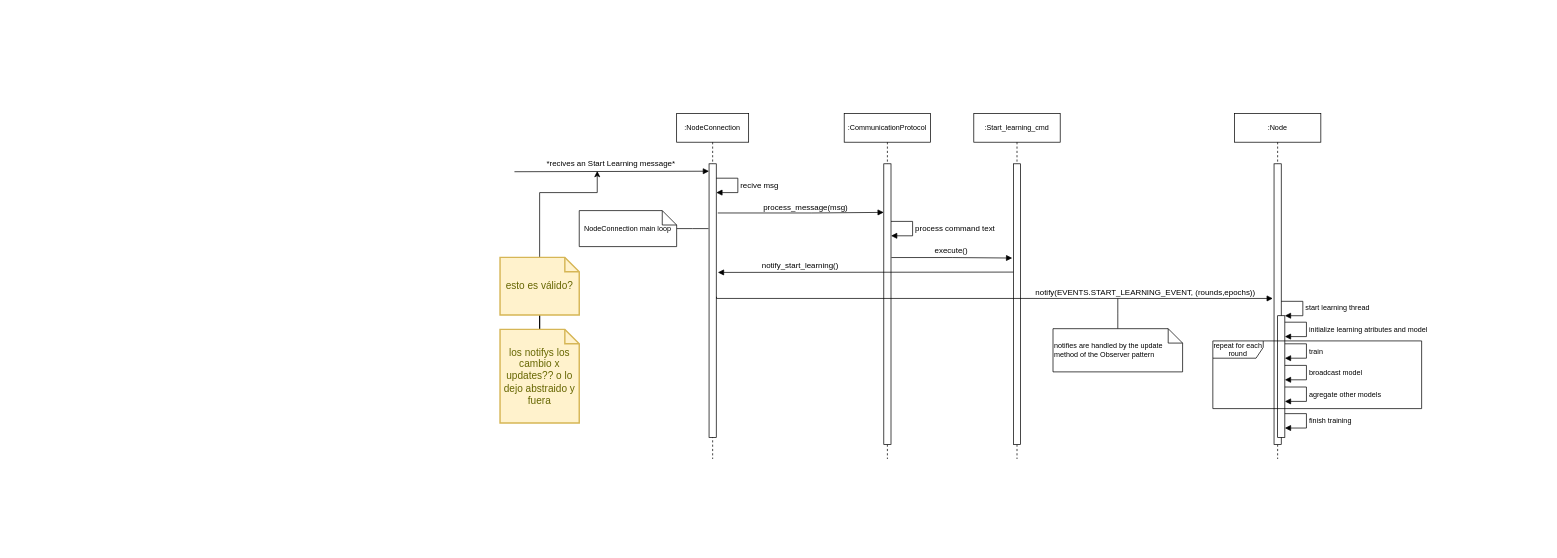
p2pfl/p2pfl keeps this draw.io diagram as Diagramas/start learning sec.drawio. Above is the earlier version. Source tidied: cells renumbered, new cells numbered last; positions are measured from the earlier drawing's top-left corner, leaving out a move shared by most shapes. Both pictures are drawn from the tidied source at 72%, with x=0, y=0 at pixel (500, 113).
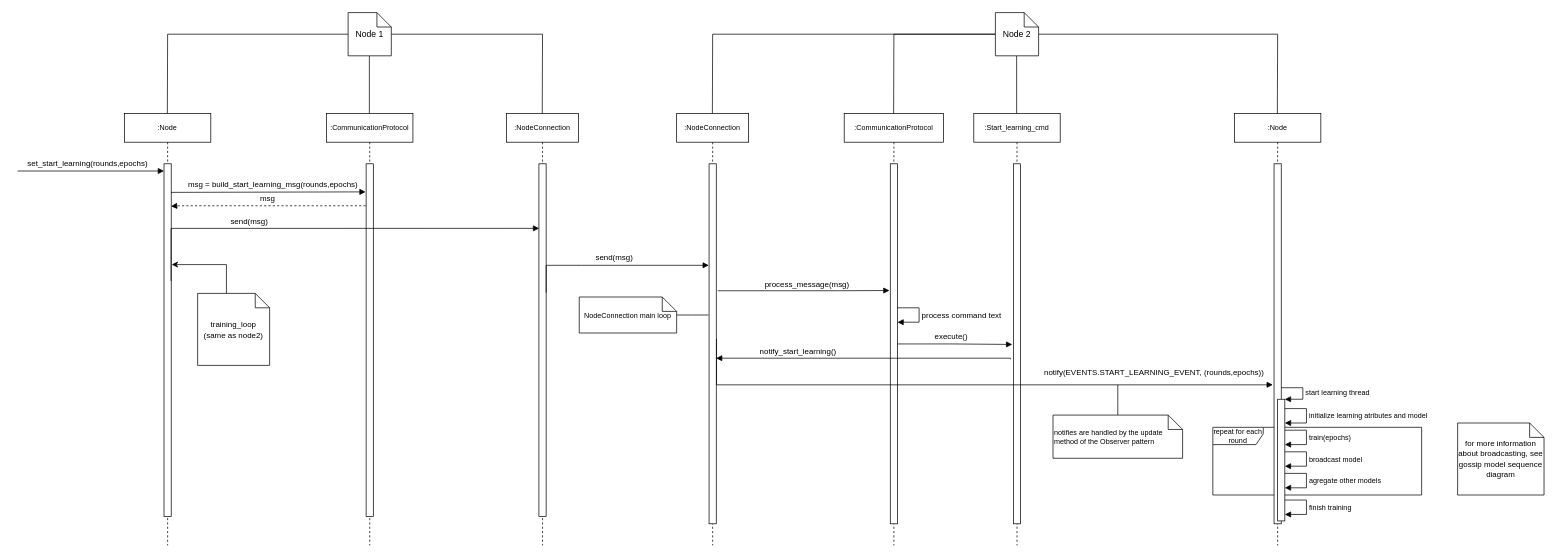
After the change.

What changed in the source:
```diff
@@
+    <mxCell id="12" style="edgeStyle=orthogonalEdgeStyle;rounded=0;jettySize=auto;html=1;entryX=-0.078;entryY=0.486;entryDx=0;entryDy=0;entryPerimeter=0;endArrow=none;endFill=0;" parent="1" edge="1" source="13">
+      <mxGeometry relative="1" as="geometry">
+        <mxPoint x="289.5" y="280" as="targetPoint" />
+      </mxGeometry>
+    </mxCell>
+    <mxCell id="13" value="&lt;font style=&quot;font-size: 10px;&quot;&gt;NodeConnection main loop&lt;/font&gt;" style="shape=note;size=20;whiteSpace=wrap;html=1;" parent="1" vertex="1">
+      <mxGeometry x="110" y="255" width="135.3" height="50" as="geometry" />
+    </mxCell>
+    <mxCell id="14" value="process_message(msg)" style="edgeStyle=orthogonalEdgeStyle;html=1;align=left;spacingLeft=2;endArrow=block;rounded=0;exitX=1.209;exitY=0.173;exitDx=0;exitDy=0;exitPerimeter=0;entryX=-0.108;entryY=0.376;entryDx=0;entryDy=0;entryPerimeter=0;" parent="1" edge="1">
+      <mxGeometry x="-0.48" y="8" relative="1" as="geometry">
+        <mxPoint x="302.4" y="246.3" as="sourcePoint" />
+        <mxPoint x="540.9" y="246" as="targetPoint" />
+        <Array as="points">
+          <mxPoint x="470" y="246" />
+        </Array>
+      </mxGeometry>
+    </mxCell>
+    <mxCell id="18" value="execute()" style="edgeStyle=orthogonalEdgeStyle;html=1;align=left;spacingLeft=2;endArrow=block;rounded=0;exitX=1.161;exitY=0.306;exitDx=0;exitDy=0;exitPerimeter=0;entryX=-0.063;entryY=0.308;entryDx=0;entryDy=0;entryPerimeter=0;" parent="1" edge="1">
+      <mxGeometry x="-0.33" y="10" relative="1" as="geometry">
+        <mxPoint x="543.6" y="320.2" as="sourcePoint" />
+        <mxPoint x="711.4" y="320.9" as="targetPoint" />
+        <Array as="points">
+          <mxPoint x="628" y="320" />
+          <mxPoint x="711" y="321" />
+        </Array>
+      </mxGeometry>
+    </mxCell>
+    <mxCell id="30" style="edgeStyle=orthogonalEdgeStyle;rounded=0;jettySize=auto;html=1;fontSize=10;endArrow=none;endFill=0;" parent="1" edge="1" source="31">
+      <mxGeometry relative="1" as="geometry">
+        <mxPoint x="858" y="377" as="targetPoint" />
+      </mxGeometry>
+    </mxCell>
+    <mxCell id="31" value="notifies are handled by the update method of the Observer pattern" style="shape=note;size=20;whiteSpace=wrap;html=1;fontSize=10;align=left;" parent="1" vertex="1">
+      <mxGeometry x="768" y="419" width="180" height="60" as="geometry" />
+    </mxCell>
+    <mxCell id="32" value="repeat for each round" style="shape=umlFrame;whiteSpace=wrap;html=1;fontSize=10;width=70;height=24;" parent="1" vertex="1">
+      <mxGeometry x="990" y="436" width="290" height="94" as="geometry" />
+    </mxCell>
+    <mxCell id="33" style="edgeStyle=orthogonalEdgeStyle;rounded=0;jettySize=auto;html=1;" parent="1" edge="1" source="37" target="2">
+      <mxGeometry relative="1" as="geometry" />
+    </mxCell>
+    <mxCell id="34" style="edgeStyle=orthogonalEdgeStyle;rounded=0;jettySize=auto;html=1;" parent="1" edge="1" source="37" target="6">
+      <mxGeometry relative="1" as="geometry" />
+    </mxCell>
+    <mxCell id="35" style="edgeStyle=orthogonalEdgeStyle;rounded=0;jettySize=auto;html=1;" parent="1" edge="1" source="37" target="15">
+      <mxGeometry relative="1" as="geometry" />
+    </mxCell>
+    <mxCell id="36" style="edgeStyle=orthogonalEdgeStyle;rounded=0;jettySize=auto;html=1;" parent="1" edge="1" source="37" target="19">
+      <mxGeometry relative="1" as="geometry" />
+    </mxCell>
+    <mxCell id="37" value="Node 2" style="shape=note;size=20;whiteSpace=wrap;html=1;" parent="1" vertex="1">
+      <mxGeometry x="688" y="-140" width="60" height="60" as="geometry" />
+    </mxCell>
     <mxCell id="2" value="&lt;font style=&quot;font-size: 10px;&quot;&gt;:NodeConnection&lt;/font&gt;" style="shape=umlLifeline;perimeter=lifelinePerimeter;whiteSpace=wrap;html=1;outlineConnect=0;fontSize=9;" parent="1" vertex="1">
-      <mxGeometry x="245.3" width="100" height="480" as="geometry" />
+      <mxGeometry x="245.3" width="100" height="600" as="geometry" />
     </mxCell>
     <mxCell id="3" style="html=1;points=[];perimeter=orthogonalPerimeter;fontSize=10;" parent="2" vertex="1">
-      <mxGeometry x="45" y="70" width="10" height="380" as="geometry" />
+      <mxGeometry x="45" y="70" width="10" height="500" as="geometry" />
     </mxCell>
-    <mxCell id="4" value="recive msg" style="edgeStyle=orthogonalEdgeStyle;html=1;align=left;spacingLeft=2;endArrow=block;rounded=0;" parent="2" edge="1">
-      <mxGeometry relative="1" as="geometry">
-        <mxPoint x="55" y="90" as="sourcePoint" />
-        <mxPoint x="55" y="110" as="targetPoint" />
-        <Array as="points">
-          <mxPoint x="85" y="90" />
-        </Array>
-      </mxGeometry>
-    </mxCell>
-    <mxCell id="5" value="*recives an Start Learning message*" style="edgeStyle=orthogonalEdgeStyle;html=1;align=left;spacingLeft=2;endArrow=block;rounded=0;entryX=0.002;entryY=0.448;entryDx=0;entryDy=0;entryPerimeter=0;" parent="1" edge="1">
-      <mxGeometry x="-0.7" y="11" relative="1" as="geometry">
-        <mxPoint x="20" y="81" as="sourcePoint" />
-        <mxPoint x="290.3" y="80.3" as="targetPoint" />
-        <Array as="points">
-          <mxPoint x="20" y="81" />
-          <mxPoint x="30" y="81" />
-        </Array>
-      </mxGeometry>
-    </mxCell>
+    <mxCell id="15" value="&lt;font style=&quot;font-size: 10px;&quot;&gt;:Start_learning_cmd&lt;/font&gt;" style="shape=umlLifeline;perimeter=lifelinePerimeter;whiteSpace=wrap;html=1;outlineConnect=0;fontSize=9;" parent="1" vertex="1">
+      <mxGeometry x="658" width="120" height="600" as="geometry" />
+    </mxCell>
+    <mxCell id="16" style="html=1;points=[];perimeter=orthogonalPerimeter;fontSize=10;" parent="15" vertex="1">
+      <mxGeometry x="55" y="70" width="10" height="500" as="geometry" />
+    </mxCell>
     <mxCell id="6" value="&lt;font style=&quot;font-size: 10px;&quot;&gt;:CommunicationProtocol&lt;/font&gt;" style="shape=umlLifeline;perimeter=lifelinePerimeter;whiteSpace=wrap;html=1;outlineConnect=0;fontSize=9;" parent="1" vertex="1">
-      <mxGeometry x="478" width="120" height="480" as="geometry" />
+      <mxGeometry x="478" width="138" height="600" as="geometry" />
     </mxCell>
     <mxCell id="7" style="html=1;points=[];perimeter=orthogonalPerimeter;fontSize=10;" parent="6" vertex="1">
-      <mxGeometry x="55" y="70" width="10" height="390" as="geometry" />
+      <mxGeometry x="64" y="70" width="10" height="500" as="geometry" />
     </mxCell>
     <mxCell id="8" value="process command text" style="edgeStyle=orthogonalEdgeStyle;html=1;align=left;spacingLeft=2;endArrow=block;rounded=0;" parent="6" edge="1">
       <mxGeometry relative="1" as="geometry">
-        <mxPoint x="65" y="150" as="sourcePoint" />
-        <mxPoint x="65" y="170" as="targetPoint" />
+        <mxPoint x="74" y="270" as="sourcePoint" />
+        <mxPoint x="74" y="290" as="targetPoint" />
         <Array as="points">
-          <mxPoint x="95" y="150" />
+          <mxPoint x="104" y="270" />
         </Array>
       </mxGeometry>
     </mxCell>
-    <mxCell id="9" style="edgeStyle=orthogonalEdgeStyle;rounded=0;jettySize=auto;html=1;" parent="1" edge="1" source="11">
-      <mxGeometry relative="1" as="geometry">
-        <mxPoint x="135" y="80" as="targetPoint" />
-        <Array as="points">
-          <mxPoint x="55" y="110" />
-          <mxPoint x="135" y="110" />
-        </Array>
-      </mxGeometry>
-    </mxCell>
-    <mxCell id="10" style="edgeStyle=orthogonalEdgeStyle;rounded=0;jettySize=auto;html=1;fontSize=10;endArrow=none;endFill=0;" parent="1" edge="1" source="11" target="29">
-      <mxGeometry relative="1" as="geometry" />
-    </mxCell>
-    <mxCell id="11" value="esto es válido?" style="shape=note;strokeWidth=2;fontSize=14;size=20;whiteSpace=wrap;html=1;fillColor=#fff2cc;strokeColor=#d6b656;fontColor=#666600;" parent="1" vertex="1">
-      <mxGeometry y="200" width="110" height="80" as="geometry" />
-    </mxCell>
-    <mxCell id="12" style="edgeStyle=orthogonalEdgeStyle;rounded=0;jettySize=auto;html=1;entryX=-0.078;entryY=0.486;entryDx=0;entryDy=0;entryPerimeter=0;endArrow=none;endFill=0;" parent="1" edge="1" source="13">
-      <mxGeometry relative="1" as="geometry">
-        <mxPoint x="289.5" y="160" as="targetPoint" />
-      </mxGeometry>
-    </mxCell>
-    <mxCell id="13" value="&lt;font style=&quot;font-size: 10px;&quot;&gt;NodeConnection main loop&lt;/font&gt;" style="shape=note;size=20;whiteSpace=wrap;html=1;" parent="1" vertex="1">
-      <mxGeometry x="110" y="135" width="135.3" height="50" as="geometry" />
-    </mxCell>
-    <mxCell id="14" value="process_message(msg)" style="edgeStyle=orthogonalEdgeStyle;html=1;align=left;spacingLeft=2;endArrow=block;rounded=0;exitX=1.209;exitY=0.173;exitDx=0;exitDy=0;exitPerimeter=0;entryX=-0.005;entryY=0.173;entryDx=0;entryDy=0;entryPerimeter=0;" parent="1" edge="1" target="7">
-      <mxGeometry x="-0.48" y="8" relative="1" as="geometry">
-        <mxPoint x="302.4" y="138.3" as="sourcePoint" />
-        <Array as="points">
-          <mxPoint x="433" y="138" />
-        </Array>
-      </mxGeometry>
-    </mxCell>
-    <mxCell id="15" value="&lt;font style=&quot;font-size: 10px;&quot;&gt;:Start_learning_cmd&lt;/font&gt;" style="shape=umlLifeline;perimeter=lifelinePerimeter;whiteSpace=wrap;html=1;outlineConnect=0;fontSize=9;" parent="1" vertex="1">
-      <mxGeometry x="658" width="120" height="480" as="geometry" />
-    </mxCell>
-    <mxCell id="16" style="html=1;points=[];perimeter=orthogonalPerimeter;fontSize=10;" parent="15" vertex="1">
-      <mxGeometry x="55" y="70" width="10" height="390" as="geometry" />
-    </mxCell>
-    <mxCell id="17" value="notify_start_learning()" style="edgeStyle=orthogonalEdgeStyle;html=1;align=left;spacingLeft=2;endArrow=block;rounded=0;exitX=1.161;exitY=0.306;exitDx=0;exitDy=0;exitPerimeter=0;entryX=1.221;entryY=0.397;entryDx=0;entryDy=0;entryPerimeter=0;" parent="15" edge="1" target="3">
-      <mxGeometry x="0.72" y="-10" relative="1" as="geometry">
-        <mxPoint x="55" y="220.4" as="sourcePoint" />
-      </mxGeometry>
-    </mxCell>
-    <mxCell id="18" value="execute()" style="edgeStyle=orthogonalEdgeStyle;html=1;align=left;spacingLeft=2;endArrow=block;rounded=0;exitX=1.161;exitY=0.306;exitDx=0;exitDy=0;exitPerimeter=0;entryX=-0.063;entryY=0.308;entryDx=0;entryDy=0;entryPerimeter=0;" parent="1" edge="1">
-      <mxGeometry x="-0.33" y="10" relative="1" as="geometry">
-        <mxPoint x="543.6" y="200.2" as="sourcePoint" />
-        <mxPoint x="711.4" y="200.9" as="targetPoint" />
-        <Array as="points">
-          <mxPoint x="628" y="200" />
-          <mxPoint x="711" y="201" />
-        </Array>
-      </mxGeometry>
-    </mxCell>
     <mxCell id="19" value="&lt;font style=&quot;font-size: 10px;&quot;&gt;:Node&lt;/font&gt;" style="shape=umlLifeline;perimeter=lifelinePerimeter;whiteSpace=wrap;html=1;outlineConnect=0;fontSize=9;" parent="1" vertex="1">
-      <mxGeometry x="1020" width="120" height="480" as="geometry" />
+      <mxGeometry x="1020" width="120" height="600" as="geometry" />
     </mxCell>
     <mxCell id="20" style="html=1;perimeter=orthogonalPerimeter;fontSize=10;" parent="19" vertex="1">
-      <mxGeometry x="55" y="70" width="10" height="390" as="geometry" />
+      <mxGeometry x="55" y="70" width="10" height="500" as="geometry" />
     </mxCell>
     <mxCell id="21" style="html=1;points=[];perimeter=orthogonalPerimeter;fontSize=10;" parent="19" vertex="1">
-      <mxGeometry x="60" y="281" width="10" height="169" as="geometry" />
+      <mxGeometry x="60" y="397" width="10" height="169" as="geometry" />
     </mxCell>
     <mxCell id="22" value="start learning thread" style="edgeStyle=orthogonalEdgeStyle;html=1;align=left;spacingLeft=2;endArrow=block;rounded=0;entryX=1;entryY=0;fontSize=10;" parent="19" edge="1" target="21">
       <mxGeometry relative="1" as="geometry">
-        <mxPoint x="65" y="261" as="sourcePoint" />
+        <mxPoint x="65" y="381" as="sourcePoint" />
         <Array as="points">
-          <mxPoint x="95" y="261" />
+          <mxPoint x="95" y="381" />
         </Array>
       </mxGeometry>
     </mxCell>
     <mxCell id="23" value="initialize learning atributes and model" style="edgeStyle=orthogonalEdgeStyle;html=1;align=left;spacingLeft=2;endArrow=block;rounded=0;fontSize=10;" parent="19" edge="1">
       <mxGeometry relative="1" as="geometry">
-        <mxPoint x="70" y="290" as="sourcePoint" />
-        <mxPoint x="70" y="310" as="targetPoint" />
+        <mxPoint x="70" y="410" as="sourcePoint" />
+        <mxPoint x="70" y="430" as="targetPoint" />
         <Array as="points">
-          <mxPoint x="100" y="290" />
+          <mxPoint x="100" y="410" />
         </Array>
       </mxGeometry>
     </mxCell>
-    <mxCell id="24" value="train" style="edgeStyle=orthogonalEdgeStyle;html=1;align=left;spacingLeft=2;endArrow=block;rounded=0;fontSize=10;" parent="19" edge="1">
+    <mxCell id="24" value="train(epochs)" style="edgeStyle=orthogonalEdgeStyle;html=1;align=left;spacingLeft=2;endArrow=block;rounded=0;fontSize=10;" parent="19" edge="1">
       <mxGeometry relative="1" as="geometry">
-        <mxPoint x="70" y="320" as="sourcePoint" />
-        <mxPoint x="70" y="340" as="targetPoint" />
+        <mxPoint x="70" y="440" as="sourcePoint" />
+        <mxPoint x="70" y="460" as="targetPoint" />
         <Array as="points">
-          <mxPoint x="100" y="320" />
+          <mxPoint x="100" y="440" />
         </Array>
       </mxGeometry>
     </mxCell>
     <mxCell id="25" value="broadcast model" style="edgeStyle=orthogonalEdgeStyle;html=1;align=left;spacingLeft=2;endArrow=block;rounded=0;fontSize=10;" parent="19" edge="1">
       <mxGeometry relative="1" as="geometry">
-        <mxPoint x="70" y="350" as="sourcePoint" />
-        <mxPoint x="70" y="370" as="targetPoint" />
+        <mxPoint x="70" y="470" as="sourcePoint" />
+        <mxPoint x="70" y="490" as="targetPoint" />
         <Array as="points">
-          <mxPoint x="100" y="350" />
+          <mxPoint x="100" y="470" />
         </Array>
       </mxGeometry>
     </mxCell>
     <mxCell id="26" value="agregate other models" style="edgeStyle=orthogonalEdgeStyle;html=1;align=left;spacingLeft=2;endArrow=block;rounded=0;fontSize=10;" parent="19" edge="1">
       <mxGeometry relative="1" as="geometry">
-        <mxPoint x="70" y="380" as="sourcePoint" />
-        <mxPoint x="70" y="400" as="targetPoint" />
+        <mxPoint x="70" y="500" as="sourcePoint" />
+        <mxPoint x="70" y="520" as="targetPoint" />
         <Array as="points">
-          <mxPoint x="100" y="380" />
+          <mxPoint x="100" y="500" />
         </Array>
       </mxGeometry>
     </mxCell>
     <mxCell id="27" value="finish training" style="edgeStyle=orthogonalEdgeStyle;html=1;align=left;spacingLeft=2;endArrow=block;rounded=0;fontSize=10;" parent="19" edge="1">
       <mxGeometry relative="1" as="geometry">
-        <mxPoint x="70" y="417" as="sourcePoint" />
-        <mxPoint x="70" y="437" as="targetPoint" />
+        <mxPoint x="70" y="537" as="sourcePoint" />
+        <mxPoint x="70" y="557" as="targetPoint" />
         <Array as="points">
-          <mxPoint x="100" y="417" />
+          <mxPoint x="100" y="537" />
         </Array>
       </mxGeometry>
     </mxCell>
+    <mxCell id="38" style="edgeStyle=orthogonalEdgeStyle;rounded=0;jettySize=auto;html=1;" parent="1" edge="1" source="41" target="49">
+      <mxGeometry relative="1" as="geometry" />
+    </mxCell>
+    <mxCell id="39" style="edgeStyle=orthogonalEdgeStyle;rounded=0;jettySize=auto;html=1;" parent="1" edge="1" source="41" target="45">
+      <mxGeometry relative="1" as="geometry" />
+    </mxCell>
+    <mxCell id="40" style="edgeStyle=orthogonalEdgeStyle;rounded=0;jettySize=auto;html=1;" parent="1" edge="1" source="41" target="42">
+      <mxGeometry relative="1" as="geometry" />
+    </mxCell>
+    <mxCell id="41" value="Node 1" style="shape=note;size=20;whiteSpace=wrap;html=1;" parent="1" vertex="1">
+      <mxGeometry x="-211" y="-140" width="60" height="60" as="geometry" />
+    </mxCell>
+    <mxCell id="42" value="&lt;font style=&quot;font-size: 10px;&quot;&gt;:Node&lt;/font&gt;" style="shape=umlLifeline;perimeter=lifelinePerimeter;whiteSpace=wrap;html=1;outlineConnect=0;fontSize=9;" parent="1" vertex="1">
+      <mxGeometry x="-521.7" width="120" height="600" as="geometry" />
+    </mxCell>
+    <mxCell id="43" style="html=1;points=[];perimeter=orthogonalPerimeter;fontSize=10;" parent="42" vertex="1">
+      <mxGeometry x="55" y="70" width="10" height="490" as="geometry" />
+    </mxCell>
+    <mxCell id="44" value="set_start_learning(rounds,epochs)" style="edgeStyle=orthogonalEdgeStyle;html=1;align=left;spacingLeft=2;endArrow=block;rounded=0;entryX=0.002;entryY=0.448;entryDx=0;entryDy=0;entryPerimeter=0;" parent="42" edge="1">
+      <mxGeometry x="-0.9" y="10" relative="1" as="geometry">
+        <mxPoint x="-148.3" y="80" as="sourcePoint" />
+        <mxPoint x="55" y="80" as="targetPoint" />
+        <Array as="points">
+          <mxPoint x="-148" y="80" />
+          <mxPoint x="-148" y="80" />
+        </Array>
+      </mxGeometry>
+    </mxCell>
+    <mxCell id="45" value="&lt;font style=&quot;font-size: 10px;&quot;&gt;:CommunicationProtocol&lt;/font&gt;" style="shape=umlLifeline;perimeter=lifelinePerimeter;whiteSpace=wrap;html=1;outlineConnect=0;fontSize=9;" parent="1" vertex="1">
+      <mxGeometry x="-241" width="120" height="600" as="geometry" />
+    </mxCell>
+    <mxCell id="46" style="html=1;perimeter=orthogonalPerimeter;fontSize=10;" parent="45" vertex="1">
+      <mxGeometry x="55" y="70" width="10" height="490" as="geometry" />
+    </mxCell>
+    <mxCell id="47" value="msg = build_start_learning_msg(rounds,epochs)" style="edgeStyle=orthogonalEdgeStyle;html=1;align=left;spacingLeft=2;endArrow=block;rounded=0;entryX=0.002;entryY=0.448;entryDx=0;entryDy=0;entryPerimeter=0;" parent="1" edge="1">
+      <mxGeometry x="-0.85" y="11" relative="1" as="geometry">
+        <mxPoint x="-457" y="109.7" as="sourcePoint" />
+        <mxPoint x="-186.7" y="109" as="targetPoint" />
+        <Array as="points">
+          <mxPoint x="-457" y="109.7" />
+          <mxPoint x="-447" y="109.7" />
+        </Array>
+      </mxGeometry>
+    </mxCell>
+    <mxCell id="48" value="msg" style="edgeStyle=orthogonalEdgeStyle;html=1;align=left;spacingLeft=2;endArrow=block;rounded=0;entryX=0.002;entryY=0.448;entryDx=0;entryDy=0;entryPerimeter=0;dashed=1;" parent="1" edge="1">
+      <mxGeometry x="0.11" y="-10" relative="1" as="geometry">
+        <mxPoint x="-186.7" y="128.3" as="sourcePoint" />
+        <mxPoint x="-457" y="129" as="targetPoint" />
+        <Array as="points">
+          <mxPoint x="-447" y="129" />
+          <mxPoint x="-457" y="129" />
+        </Array>
+      </mxGeometry>
+    </mxCell>
+    <mxCell id="49" value="&lt;font style=&quot;font-size: 10px;&quot;&gt;:NodeConnection&lt;/font&gt;" style="shape=umlLifeline;perimeter=lifelinePerimeter;whiteSpace=wrap;html=1;outlineConnect=0;fontSize=9;" parent="1" vertex="1">
+      <mxGeometry x="9" width="100" height="600" as="geometry" />
+    </mxCell>
+    <mxCell id="50" style="html=1;points=[];perimeter=orthogonalPerimeter;fontSize=10;" parent="49" vertex="1">
+      <mxGeometry x="45" y="70" width="10" height="490" as="geometry" />
+    </mxCell>
+    <mxCell id="51" value="send(msg)" style="edgeStyle=orthogonalEdgeStyle;html=1;align=left;spacingLeft=2;endArrow=block;rounded=0;exitX=0.98;exitY=0.332;exitDx=0;exitDy=0;exitPerimeter=0;entryX=0.033;entryY=0.183;entryDx=0;entryDy=0;entryPerimeter=0;" parent="1" edge="1" source="43" target="50">
+      <mxGeometry x="-0.48" y="10" relative="1" as="geometry">
+        <Array as="points">
+          <mxPoint x="-457" y="160" />
+          <mxPoint x="54" y="160" />
+        </Array>
+      </mxGeometry>
+    </mxCell>
+    <mxCell id="52" value="send(msg)" style="edgeStyle=orthogonalEdgeStyle;html=1;align=left;spacingLeft=2;endArrow=block;rounded=0;exitX=1.007;exitY=0.343;exitDx=0;exitDy=0;exitPerimeter=0;" parent="1" edge="1">
+      <mxGeometry x="-0.22" y="11" relative="1" as="geometry">
+        <mxPoint x="64.1" y="249.1" as="sourcePoint" />
+        <mxPoint x="290" y="211" as="targetPoint" />
+        <Array as="points">
+          <mxPoint x="113" y="211" />
+          <mxPoint x="290" y="211" />
+        </Array>
+      </mxGeometry>
+    </mxCell>
     <mxCell id="28" value="notify(EVENTS.START_LEARNING_EVENT, (rounds,epochs))" style="edgeStyle=orthogonalEdgeStyle;html=1;align=left;spacingLeft=2;endArrow=block;rounded=0;exitX=1.039;exitY=0.486;exitDx=0;exitDy=0;exitPerimeter=0;entryX=-0.168;entryY=0.523;entryDx=0;entryDy=0;entryPerimeter=0;" parent="1" edge="1" source="3">
-      <mxGeometry x="0.14" y="8" relative="1" as="geometry">
-        <mxPoint x="1073.3" y="257" as="targetPoint" />
+      <mxGeometry x="0.23" y="17" relative="1" as="geometry">
+        <mxPoint x="1073.3" y="377" as="targetPoint" />
         <Array as="points">
-          <mxPoint x="301" y="257" />
+          <mxPoint x="301" y="377" />
         </Array>
       </mxGeometry>
     </mxCell>
-    <mxCell id="29" value="los notifys los cambio x updates?? o lo dejo abstraido y fuera" style="shape=note;strokeWidth=2;fontSize=14;size=20;whiteSpace=wrap;html=1;fillColor=#fff2cc;strokeColor=#d6b656;fontColor=#666600;" parent="1" vertex="1">
-      <mxGeometry y="300" width="110" height="130" as="geometry" />
-    </mxCell>
-    <mxCell id="30" style="edgeStyle=orthogonalEdgeStyle;rounded=0;jettySize=auto;html=1;fontSize=10;endArrow=none;endFill=0;" parent="1" edge="1" source="31">
-      <mxGeometry relative="1" as="geometry">
-        <mxPoint x="858" y="257" as="targetPoint" />
-      </mxGeometry>
-    </mxCell>
-    <mxCell id="31" value="notifies are handled by the update method of the Observer pattern" style="shape=note;size=20;whiteSpace=wrap;html=1;fontSize=10;align=left;" parent="1" vertex="1">
-      <mxGeometry x="768" y="299" width="180" height="60" as="geometry" />
-    </mxCell>
-    <mxCell id="32" value="repeat for each round" style="shape=umlFrame;whiteSpace=wrap;html=1;fontSize=10;width=70;height=24;" parent="1" vertex="1">
-      <mxGeometry x="990" y="316" width="290" height="94" as="geometry" />
-    </mxCell>
+    <mxCell id="17" value="notify_start_learning()" style="edgeStyle=orthogonalEdgeStyle;html=1;align=left;spacingLeft=2;endArrow=block;rounded=0;exitX=-0.418;exitY=0.543;exitDx=0;exitDy=0;exitPerimeter=0;" parent="1" edge="1" source="16">
+      <mxGeometry x="0.72" y="-10" relative="1" as="geometry">
+        <mxPoint x="300" y="340" as="targetPoint" />
+        <Array as="points">
+          <mxPoint x="709" y="340" />
+        </Array>
+      </mxGeometry>
+    </mxCell>
+    <mxCell id="53" style="edgeStyle=orthogonalEdgeStyle;rounded=0;jettySize=auto;html=1;" parent="1" edge="1" source="54">
+      <mxGeometry relative="1" as="geometry">
+        <mxPoint x="-456" y="210" as="targetPoint" />
+        <Array as="points">
+          <mxPoint x="-380" y="210" />
+        </Array>
+      </mxGeometry>
+    </mxCell>
+    <mxCell id="54" value="&lt;font style=&quot;font-size: 11px;&quot;&gt;training_loop&lt;br&gt;(same as node2)&lt;/font&gt;" style="shape=note;size=20;whiteSpace=wrap;html=1;" parent="1" vertex="1">
+      <mxGeometry x="-420" y="250" width="100" height="100" as="geometry" />
+    </mxCell>
+    <mxCell id="55" value="&lt;span style=&quot;font-size: 11px;&quot;&gt;for more information about broadcasting, see gossip model sequence diagram&lt;/span&gt;" style="shape=note;size=20;whiteSpace=wrap;html=1;" parent="1" vertex="1">
+      <mxGeometry x="1330" y="430" width="120" height="100" as="geometry" />
+    </mxCell>
```
